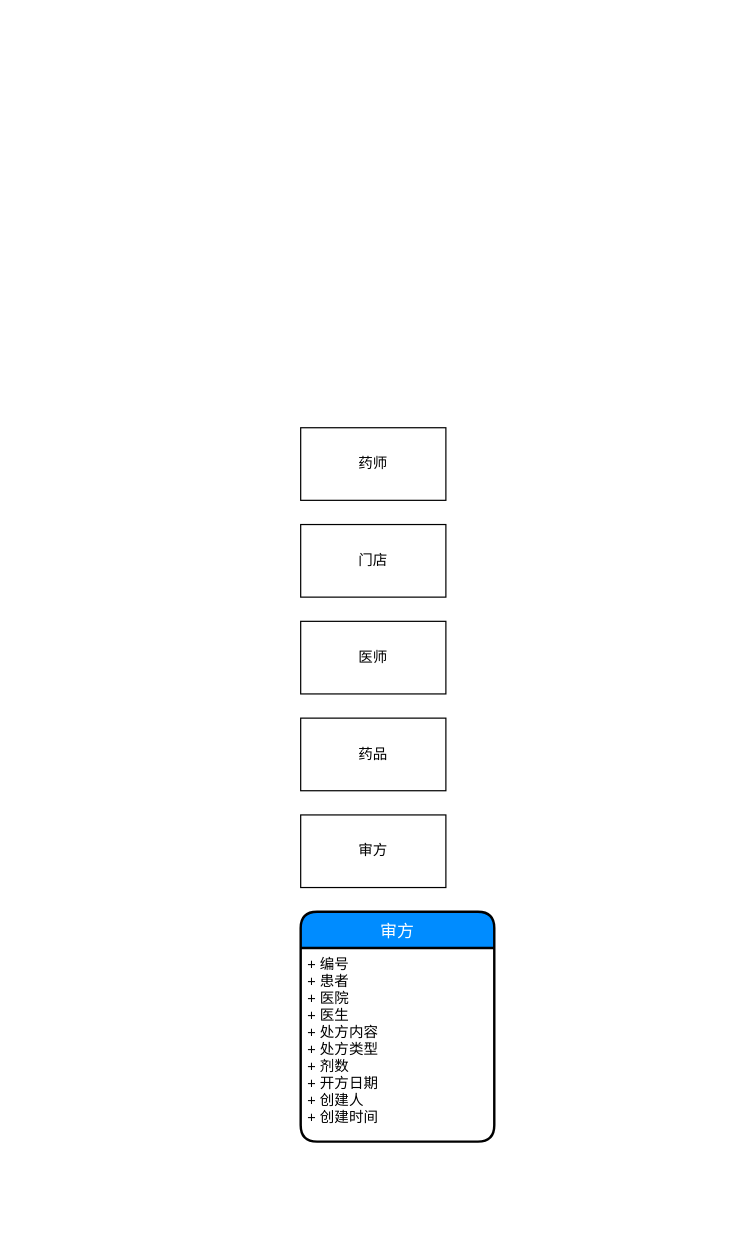
Above: Untitled Diagram.drawio in Standstill/DrawIO (draw.io), before the change. Source tidied: cells renumbered, new cells numbered last; positions are measured from the earlier drawing's top-left corner, leaving out a move shared by most shapes. Both pictures are drawn from the tidied source at 121%, with x=0, y=0 at pixel (300, 427).
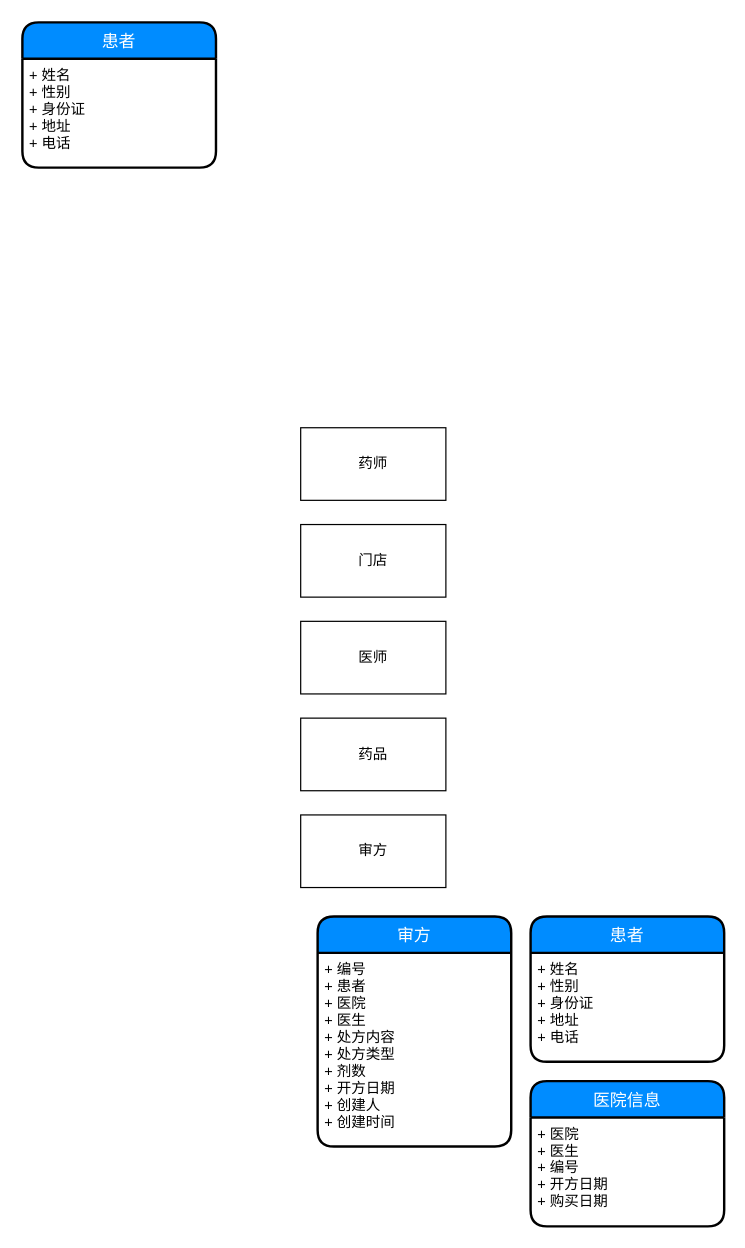
After the change.

Diff of the diagram source:
```diff
@@
 <mxGraphModel>
   <root>
     <mxCell id="0" />
     <mxCell id="1" parent="0" />
     <mxCell id="2" value="药师" style="rounded=0;whiteSpace=wrap;html=1;" parent="1" vertex="1">
       <mxGeometry width="120" height="60" as="geometry" />
     </mxCell>
     <mxCell id="3" value="门店" style="rounded=0;whiteSpace=wrap;html=1;" parent="1" vertex="1">
       <mxGeometry y="80" width="120" height="60" as="geometry" />
     </mxCell>
     <mxCell id="4" value="医师" style="rounded=0;whiteSpace=wrap;html=1;" parent="1" vertex="1">
       <mxGeometry y="160" width="120" height="60" as="geometry" />
     </mxCell>
     <mxCell id="5" value="药品" style="rounded=0;whiteSpace=wrap;html=1;" parent="1" vertex="1">
       <mxGeometry y="240" width="120" height="60" as="geometry" />
     </mxCell>
     <mxCell id="6" value="审方" style="rounded=0;whiteSpace=wrap;html=1;" parent="1" vertex="1">
       <mxGeometry y="320" width="120" height="60" as="geometry" />
     </mxCell>
     <mxCell id="7" value="审方" style="swimlane;horizontal=1;startSize=30;fillColor=#008cff;fontColor=#FFFFFF;rounded=1;fontSize=14;fontStyle=0;strokeWidth=2;shadow=0;dashed=0;align=center;" parent="1" vertex="1">
-      <mxGeometry y="400" width="160" height="190" as="geometry" />
+      <mxGeometry x="14" y="404" width="160" height="190" as="geometry" />
     </mxCell>
     <mxCell id="8" value="+ 编号&#10;+ 患者&#10;+ 医院&#10;+ 医生&#10;+ 处方内容&#10;+ 处方类型&#10;+ 剂数&#10;+ 开方日期&#10;+ 创建人&#10;+ 创建时间" style="align=left;strokeColor=none;fillColor=none;spacingLeft=4;fontSize=12;verticalAlign=top;" parent="7" vertex="1">
       <mxGeometry y="30" width="160" height="160" as="geometry" />
     </mxCell>
+    <mxCell id="9" value="患者" style="swimlane;horizontal=1;startSize=30;fillColor=#008cff;fontColor=#FFFFFF;rounded=1;fontSize=14;fontStyle=0;strokeWidth=2;shadow=0;dashed=0;align=center;" parent="1" vertex="1">
+      <mxGeometry x="190" y="404" width="160" height="120" as="geometry" />
+    </mxCell>
+    <mxCell id="10" value="+ 姓名&#10;+ 性别&#10;+ 身份证&#10;+ 地址&#10;+ 电话" style="align=left;strokeColor=none;fillColor=none;spacingLeft=4;fontSize=12;verticalAlign=top;" parent="9" vertex="1">
+      <mxGeometry y="30" width="160" height="90" as="geometry" />
+    </mxCell>
+    <mxCell id="11" value="患者" style="swimlane;horizontal=1;startSize=30;fillColor=#008cff;fontColor=#FFFFFF;rounded=1;fontSize=14;fontStyle=0;strokeWidth=2;shadow=0;dashed=0;align=center;" parent="1" vertex="1">
+      <mxGeometry x="-230" y="-335" width="160" height="120" as="geometry" />
+    </mxCell>
+    <mxCell id="12" value="+ 姓名&#10;+ 性别&#10;+ 身份证&#10;+ 地址&#10;+ 电话" style="align=left;strokeColor=none;fillColor=none;spacingLeft=4;fontSize=12;verticalAlign=top;" parent="11" vertex="1">
+      <mxGeometry y="30" width="160" height="90" as="geometry" />
+    </mxCell>
+    <mxCell id="13" value="医院信息" style="swimlane;horizontal=1;startSize=30;fillColor=#008cff;fontColor=#FFFFFF;rounded=1;fontSize=14;fontStyle=0;strokeWidth=2;shadow=0;dashed=0;align=center;" parent="1" vertex="1">
+      <mxGeometry x="190" y="540" width="160" height="120" as="geometry" />
+    </mxCell>
+    <mxCell id="14" value="+ 医院&#10;+ 医生&#10;+ 编号&#10;+ 开方日期&#10;+ 购买日期" style="align=left;strokeColor=none;fillColor=none;spacingLeft=4;fontSize=12;verticalAlign=top;" parent="13" vertex="1">
+      <mxGeometry y="30" width="160" height="90" as="geometry" />
+    </mxCell>
   </root>
 </mxGraphModel>
```
